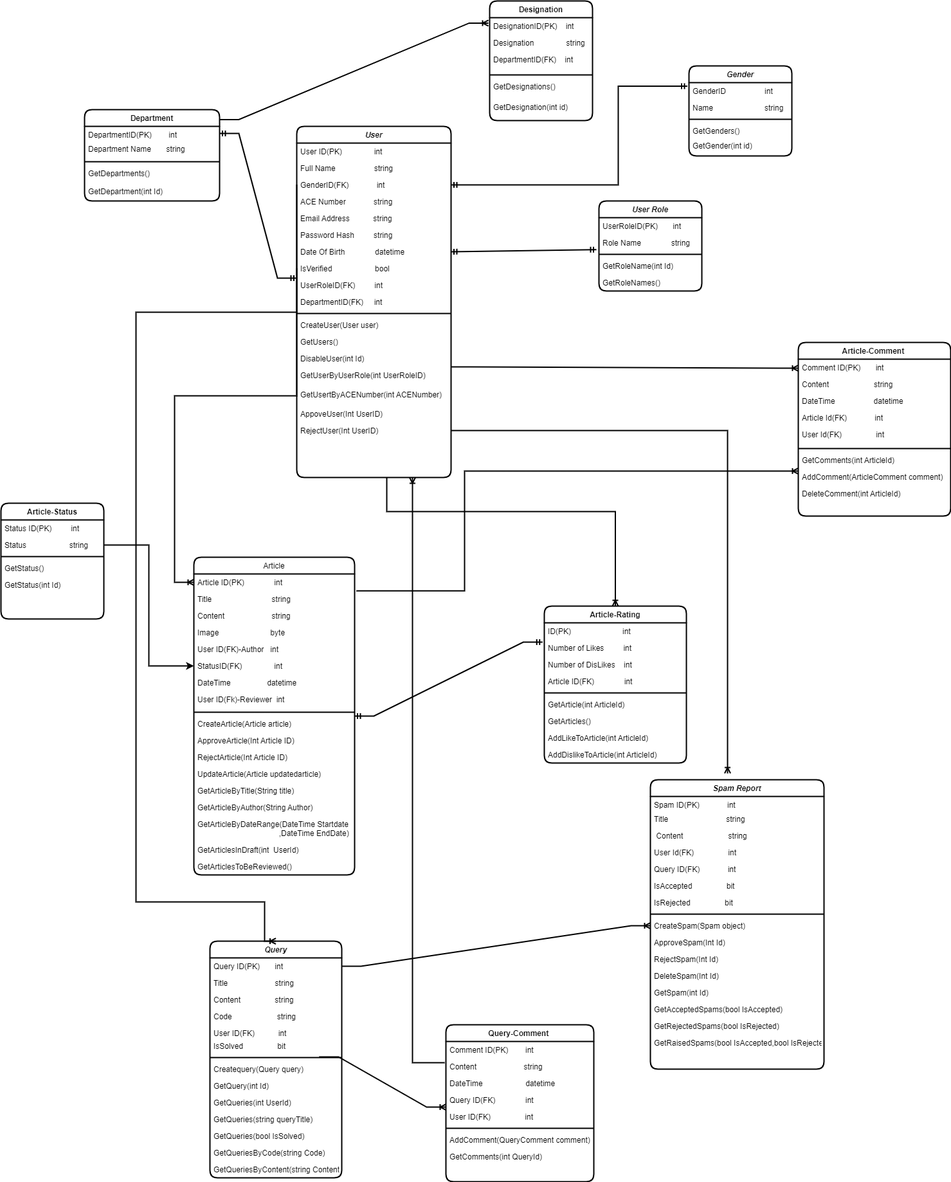
Above: Aurora/Design/Data Model/Logical model.drawio.png in arvi9/ASPNet-WebAPI-Anngular-Project (draw.io), before the change. Source tidied: cells renumbered, new cells last; positions are measured from the earlier drawing's top-left corner, leaving out a move shared by most shapes.
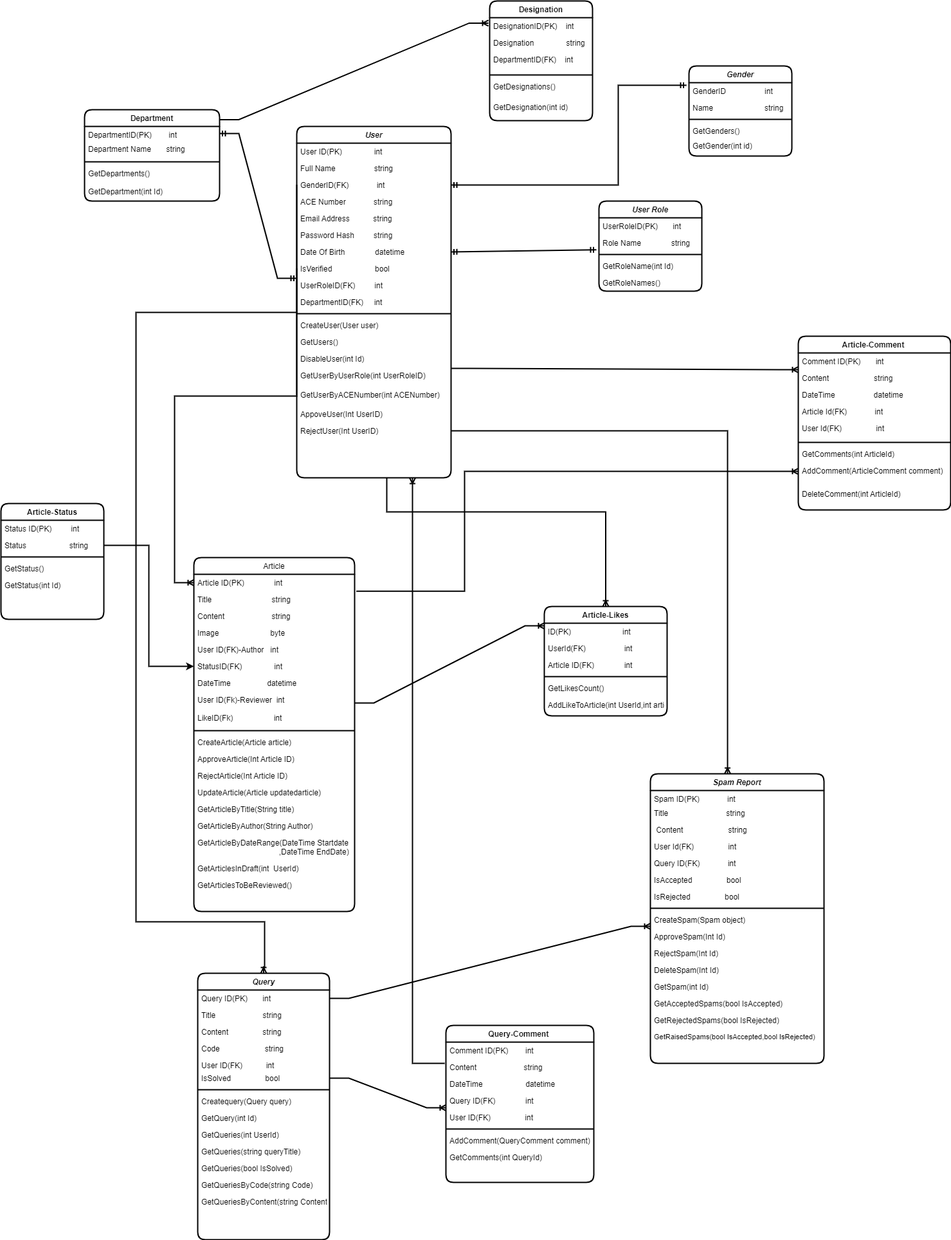
The same file after the commit.

Diff of the diagram source:
```diff
@@ -50,7 +50,7 @@
     <mxCell id="17" value="GetUserByUserRole(int UserRoleID)&#10;&#10;" style="text;align=left;verticalAlign=top;spacingLeft=4;spacingRight=4;overflow=hidden;rounded=0;shadow=0;html=0;" parent="2" vertex="1">
       <mxGeometry y="374" width="240" height="30" as="geometry" />
     </mxCell>
-    <mxCell id="18" value="GetUsertByACENumber(int ACENumber)&#10;&#10;" style="text;align=left;verticalAlign=top;spacingLeft=4;spacingRight=4;overflow=hidden;rounded=0;shadow=0;html=0;" parent="2" vertex="1">
+    <mxCell id="18" value="GetUserByACENumber(int ACENumber)&#10;&#10;" style="text;align=left;verticalAlign=top;spacingLeft=4;spacingRight=4;overflow=hidden;rounded=0;shadow=0;html=0;" parent="2" vertex="1">
       <mxGeometry y="404" width="240" height="30" as="geometry" />
     </mxCell>
     <mxCell id="19" value="AppoveUser(Int UserID)" style="text;align=left;verticalAlign=top;spacingLeft=4;spacingRight=4;overflow=hidden;rounded=0;shadow=0;html=0;" parent="2" vertex="1">
@@ -60,7 +60,7 @@
       <mxGeometry y="460" width="240" height="26" as="geometry" />
     </mxCell>
     <mxCell id="21" value="Article-Comment " style="swimlane;fontStyle=1;align=center;verticalAlign=top;horizontal=1;startSize=26;rounded=1;shadow=0;strokeWidth=2;" parent="1" vertex="1">
-      <mxGeometry x="1240" y="531" width="237" height="270" as="geometry" />
+      <mxGeometry x="1240" y="521" width="237" height="270" as="geometry" />
     </mxCell>
     <mxCell id="22" value="Comment ID(PK)       int" style="text;align=left;verticalAlign=top;spacingLeft=4;spacingRight=4;overflow=hidden;" parent="21" vertex="1">
       <mxGeometry y="26" width="237" height="26" as="geometry" />
@@ -107,38 +107,29 @@
     <mxCell id="36" value="GetDesignation(int id)" style="text;align=left;verticalAlign=top;spacingLeft=4;spacingRight=4;overflow=hidden;" parent="30" vertex="1">
       <mxGeometry y="152" width="160" height="32" as="geometry" />
     </mxCell>
-    <mxCell id="37" value="Article-Rating" style="swimlane;fontStyle=1;align=center;verticalAlign=top;horizontal=1;startSize=26;rounded=1;shadow=0;strokeWidth=2;" parent="1" vertex="1">
-      <mxGeometry x="845" y="941" width="221" height="244" as="geometry" />
+    <mxCell id="37" value="Article-Likes" style="swimlane;fontStyle=1;align=center;verticalAlign=top;horizontal=1;startSize=26;rounded=1;shadow=0;strokeWidth=2;" parent="1" vertex="1">
+      <mxGeometry x="845" y="941" width="191" height="170" as="geometry" />
     </mxCell>
     <mxCell id="38" value="ID(PK)                        int" style="text;align=left;verticalAlign=top;spacingLeft=4;spacingRight=4;overflow=hidden;points=[[0,0.5],[1,0.5]];portConstraint=eastwest;" parent="37" vertex="1">
-      <mxGeometry y="26" width="221" height="26" as="geometry" />
+      <mxGeometry y="26" width="191" height="26" as="geometry" />
     </mxCell>
-    <mxCell id="39" value="Number of Likes         int" style="text;align=left;verticalAlign=top;spacingLeft=4;spacingRight=4;overflow=hidden;rounded=0;shadow=0;html=0;" parent="37" vertex="1">
-      <mxGeometry y="52" width="221" height="26" as="geometry" />
+    <mxCell id="39" value="UserId(FK)                  int" style="text;align=left;verticalAlign=top;spacingLeft=4;spacingRight=4;overflow=hidden;rounded=0;shadow=0;html=0;" parent="37" vertex="1">
+      <mxGeometry y="52" width="191" height="26" as="geometry" />
     </mxCell>
-    <mxCell id="40" value="Number of DisLikes    int" style="text;align=left;verticalAlign=top;spacingLeft=4;spacingRight=4;overflow=hidden;rounded=0;shadow=0;html=0;" parent="37" vertex="1">
-      <mxGeometry y="78" width="221" height="26" as="geometry" />
-    </mxCell>
     <mxCell id="41" value="Article ID(FK)              int" style="text;align=left;verticalAlign=top;spacingLeft=4;spacingRight=4;overflow=hidden;" parent="37" vertex="1">
-      <mxGeometry y="104" width="221" height="26" as="geometry" />
+      <mxGeometry y="78" width="191" height="26" as="geometry" />
     </mxCell>
     <mxCell id="42" style="line;strokeWidth=2;html=1;" parent="37" vertex="1">
-      <mxGeometry y="130" width="221" height="10" as="geometry" />
+      <mxGeometry y="104" width="191" height="10" as="geometry" />
     </mxCell>
-    <mxCell id="43" value="GetArticle(int ArticleId)" style="text;align=left;verticalAlign=top;spacingLeft=4;spacingRight=4;overflow=hidden;" parent="37" vertex="1">
-      <mxGeometry y="140" width="221" height="26" as="geometry" />
-    </mxCell>
-    <mxCell id="44" value="GetArticles()" style="text;align=left;verticalAlign=top;spacingLeft=4;spacingRight=4;overflow=hidden;" parent="37" vertex="1">
-      <mxGeometry y="166" width="221" height="26" as="geometry" />
-    </mxCell>
-    <mxCell id="45" value="AddLikeToArticle(int ArticleId)" style="text;align=left;verticalAlign=top;spacingLeft=4;spacingRight=4;overflow=hidden;" parent="37" vertex="1">
-      <mxGeometry y="192" width="221" height="26" as="geometry" />
-    </mxCell>
-    <mxCell id="46" value="AddDislikeToArticle(int ArticleId)" style="text;align=left;verticalAlign=top;spacingLeft=4;spacingRight=4;overflow=hidden;" parent="37" vertex="1">
-      <mxGeometry y="218" width="221" height="26" as="geometry" />
-    </mxCell>
+    <mxCell id="147" value="GetLikesCount()" style="text;align=left;verticalAlign=top;spacingLeft=4;spacingRight=4;overflow=hidden;" parent="37" vertex="1">
+      <mxGeometry y="114" width="191" height="26" as="geometry" />
+    </mxCell>
+    <mxCell id="148" value="AddLikeToArticle(int UserId,int articleId)" style="text;align=left;verticalAlign=top;spacingLeft=4;spacingRight=4;overflow=hidden;" parent="37" vertex="1">
+      <mxGeometry y="140" width="191" height="26" as="geometry" />
+    </mxCell>
     <mxCell id="47" value="Query" style="swimlane;fontStyle=3;align=center;verticalAlign=top;horizontal=1;startSize=26;rounded=1;shadow=0;strokeWidth=2;" parent="1" vertex="1">
-      <mxGeometry x="325" y="1462" width="205" height="368" as="geometry" />
+      <mxGeometry x="306" y="1511" width="205" height="414" as="geometry" />
     </mxCell>
     <mxCell id="48" value="Query ID(PK)       int " style="text;align=left;verticalAlign=top;spacingLeft=4;spacingRight=4;overflow=hidden;points=[[0,0.5],[1,0.5]];portConstraint=eastwest;" parent="47" vertex="1">
       <mxGeometry y="26" width="205" height="26" as="geometry" />
@@ -155,7 +146,7 @@
     <mxCell id="52" value="User ID(FK)           int" style="text;align=left;verticalAlign=top;spacingLeft=4;spacingRight=4;overflow=hidden;rounded=0;shadow=0;html=0;" parent="47" vertex="1">
       <mxGeometry y="130" width="205" height="20" as="geometry" />
     </mxCell>
-    <mxCell id="53" value="IsSolved                bit" style="text;align=left;verticalAlign=top;spacingLeft=4;spacingRight=4;overflow=hidden;points=[[0,0.5],[1,0.5]];portConstraint=eastwest;rounded=0;shadow=0;html=0;" parent="47" vertex="1">
+    <mxCell id="53" value="IsSolved                bool" style="text;align=left;verticalAlign=top;spacingLeft=4;spacingRight=4;overflow=hidden;points=[[0,0.5],[1,0.5]];portConstraint=eastwest;rounded=0;shadow=0;html=0;" parent="47" vertex="1">
       <mxGeometry y="150" width="205" height="26" as="geometry" />
     </mxCell>
     <mxCell id="54" style="line;strokeWidth=2;html=1;" parent="47" vertex="1">
@@ -183,7 +174,7 @@
       <mxGeometry y="342" width="205" height="26" as="geometry" />
     </mxCell>
     <mxCell id="62" value="Spam Report" style="swimlane;fontStyle=3;align=center;verticalAlign=top;horizontal=1;startSize=26;rounded=1;shadow=0;strokeWidth=2;" parent="1" vertex="1">
-      <mxGeometry x="1010" y="1211" width="270" height="450" as="geometry" />
+      <mxGeometry x="1010" y="1201" width="270" height="450" as="geometry" />
     </mxCell>
     <mxCell id="63" value="Spam ID(PK)             int" style="text;align=left;verticalAlign=top;spacingLeft=4;spacingRight=4;overflow=hidden;" parent="62" vertex="1">
       <mxGeometry y="26" width="270" height="22" as="geometry" />
@@ -200,10 +191,10 @@
     <mxCell id="67" value="Query ID(FK)             int" style="text;align=left;verticalAlign=top;spacingLeft=4;spacingRight=4;overflow=hidden;rounded=0;shadow=0;html=0;" parent="62" vertex="1">
       <mxGeometry y="126" width="270" height="26" as="geometry" />
     </mxCell>
-    <mxCell id="68" value="IsAccepted                bit" style="text;align=left;verticalAlign=top;spacingLeft=4;spacingRight=4;overflow=hidden;rounded=0;shadow=0;html=0;" parent="62" vertex="1">
+    <mxCell id="68" value="IsAccepted                bool" style="text;align=left;verticalAlign=top;spacingLeft=4;spacingRight=4;overflow=hidden;rounded=0;shadow=0;html=0;" parent="62" vertex="1">
       <mxGeometry y="152" width="270" height="26" as="geometry" />
     </mxCell>
-    <mxCell id="69" value="IsRejected                bit" style="text;align=left;verticalAlign=top;spacingLeft=4;spacingRight=4;overflow=hidden;rounded=0;shadow=0;html=0;" parent="62" vertex="1">
+    <mxCell id="69" value="IsRejected                bool" style="text;align=left;verticalAlign=top;spacingLeft=4;spacingRight=4;overflow=hidden;rounded=0;shadow=0;html=0;" parent="62" vertex="1">
       <mxGeometry y="178" width="270" height="26" as="geometry" />
     </mxCell>
     <mxCell id="70" style="line;strokeWidth=2;html=1;" parent="62" vertex="1">
@@ -230,7 +221,7 @@
     <mxCell id="77" value="GetRejectedSpams(bool IsRejected)" style="text;align=left;verticalAlign=top;spacingLeft=4;spacingRight=4;overflow=hidden;rounded=0;shadow=0;html=0;" parent="62" vertex="1">
       <mxGeometry y="370" width="270" height="26" as="geometry" />
     </mxCell>
-    <mxCell id="78" value="GetRaisedSpams(bool IsAccepted,bool IsRejected)" style="text;align=left;verticalAlign=top;spacingLeft=4;spacingRight=4;overflow=hidden;rounded=0;shadow=0;html=0;" parent="62" vertex="1">
+    <mxCell id="78" value="GetRaisedSpams(bool IsAccepted,bool IsRejected)" style="text;align=left;verticalAlign=top;spacingLeft=4;spacingRight=4;overflow=hidden;rounded=0;shadow=0;html=0;fontSize=11;" parent="62" vertex="1">
       <mxGeometry y="396" width="270" height="26" as="geometry" />
     </mxCell>
     <mxCell id="79" value="User Role" style="swimlane;fontStyle=3;align=center;verticalAlign=top;horizontal=1;startSize=26;rounded=1;shadow=0;strokeWidth=2;" parent="1" vertex="1">
@@ -308,21 +299,20 @@
         </Array>
       </mxGeometry>
     </mxCell>
-    <mxCell id="101" style="edgeStyle=entityRelationEdgeStyle;fontSize=12;html=1;endArrow=ERmandOne;startArrow=ERmandOne;rounded=0;strokeWidth=2;jumpSize=20;entryX=-0.012;entryY=1.154;entryDx=0;entryDy=0;entryPerimeter=0;exitX=1;exitY=0.5;exitDx=0;exitDy=0;" parent="1" edge="1" source="107" target="38">
-      <mxGeometry relative="1" as="geometry" />
-    </mxCell>
-    <mxCell id="102" style="edgeStyle=entityRelationEdgeStyle;fontSize=12;html=1;endArrow=ERoneToMany;rounded=0;strokeWidth=2;elbow=vertical;jumpSize=20;entryX=0;entryY=0.5;entryDx=0;entryDy=0;exitX=1;exitY=0.5;exitDx=0;exitDy=0;" parent="1" edge="1">
+    <mxCell id="102" style="edgeStyle=entityRelationEdgeStyle;fontSize=12;html=1;endArrow=ERoneToMany;rounded=0;strokeWidth=2;elbow=vertical;jumpSize=20;entryX=0;entryY=0.5;entryDx=0;entryDy=0;exitX=1;exitY=0.5;exitDx=0;exitDy=0;" parent="1" edge="1" source="53">
       <mxGeometry relative="1" as="geometry">
-        <mxPoint x="495" y="1642" as="sourcePoint" />
         <mxPoint x="692" y="1720" as="targetPoint" />
       </mxGeometry>
     </mxCell>
     <mxCell id="103" style="edgeStyle=orthogonalEdgeStyle;fontSize=12;html=1;endArrow=ERoneToMany;rounded=0;strokeWidth=2;jumpSize=20;elbow=vertical;startArrow=none;startFill=0;exitX=0;exitY=0.5;exitDx=0;exitDy=0;entryX=0.5;entryY=0;entryDx=0;entryDy=0;" parent="1" edge="1" source="5" target="47">
       <mxGeometry relative="1" as="geometry">
         <Array as="points">
+          <mxPoint x="460" y="484" />
           <mxPoint x="210" y="484" />
-          <mxPoint x="210" y="1401" />
-          <mxPoint x="410" y="1401" />
+          <mxPoint x="210" y="1431" />
+          <mxPoint x="410" y="1431" />
+          <mxPoint x="410" y="1501" />
+          <mxPoint x="409" y="1501" />
         </Array>
       </mxGeometry>
     </mxCell>
@@ -348,7 +338,7 @@
       </mxGeometry>
     </mxCell>
     <mxCell id="107" value="Article" style="swimlane;fontStyle=0;align=center;verticalAlign=top;horizontal=1;startSize=26;rounded=1;shadow=0;strokeWidth=2;" parent="1" vertex="1">
-      <mxGeometry x="300" y="865" width="250" height="494" as="geometry" />
+      <mxGeometry x="300" y="865" width="250" height="550" as="geometry" />
     </mxCell>
     <mxCell id="108" value="Article ID(PK)              int" style="text;align=left;verticalAlign=top;spacingLeft=4;spacingRight=4;overflow=hidden;points=[[0,0.5],[1,0.5]];portConstraint=eastwest;" parent="107" vertex="1">
       <mxGeometry y="26" width="250" height="26" as="geometry" />
@@ -374,35 +364,38 @@
     <mxCell id="115" value="User ID(Fk)-Reviewer  int" style="text;align=left;verticalAlign=top;spacingLeft=4;spacingRight=4;overflow=hidden;rounded=0;shadow=0;html=0;fontStyle=0;" parent="107" vertex="1">
       <mxGeometry y="208" width="250" height="28" as="geometry" />
     </mxCell>
+    <mxCell id="149" value="LikeID(Fk)                   int" style="text;align=left;verticalAlign=top;spacingLeft=4;spacingRight=4;overflow=hidden;rounded=0;shadow=0;html=0;fontStyle=0;" parent="107" vertex="1">
+      <mxGeometry y="236" width="250" height="28" as="geometry" />
+    </mxCell>
     <mxCell id="116" style="line;strokeWidth=2;html=1;" parent="107" vertex="1">
-      <mxGeometry y="236" width="250" height="10" as="geometry" />
+      <mxGeometry y="264" width="250" height="10" as="geometry" />
     </mxCell>
     <mxCell id="117" value="CreateArticle(Article article)" style="text;align=left;verticalAlign=top;spacingLeft=4;spacingRight=4;overflow=hidden;rounded=0;shadow=0;html=0;" parent="107" vertex="1">
-      <mxGeometry y="246" width="250" height="26" as="geometry" />
+      <mxGeometry y="274" width="250" height="26" as="geometry" />
     </mxCell>
     <mxCell id="118" value="ApproveArticle(Int Article ID)" style="text;align=left;verticalAlign=top;spacingLeft=4;spacingRight=4;overflow=hidden;rounded=0;shadow=0;html=0;" parent="107" vertex="1">
-      <mxGeometry y="272" width="250" height="26" as="geometry" />
+      <mxGeometry y="300" width="250" height="26" as="geometry" />
     </mxCell>
     <mxCell id="119" value="RejectArticle(Int Article ID)" style="text;align=left;verticalAlign=top;spacingLeft=4;spacingRight=4;overflow=hidden;rounded=0;shadow=0;html=0;" parent="107" vertex="1">
-      <mxGeometry y="298" width="250" height="26" as="geometry" />
+      <mxGeometry y="326" width="250" height="26" as="geometry" />
     </mxCell>
     <mxCell id="120" value="UpdateArticle(Article updatedarticle)" style="text;align=left;verticalAlign=top;spacingLeft=4;spacingRight=4;overflow=hidden;rounded=0;shadow=0;html=0;" parent="107" vertex="1">
-      <mxGeometry y="324" width="250" height="26" as="geometry" />
+      <mxGeometry y="352" width="250" height="26" as="geometry" />
     </mxCell>
     <mxCell id="121" value="GetArticleByTitle(String title)" style="text;align=left;verticalAlign=top;spacingLeft=4;spacingRight=4;overflow=hidden;rounded=0;shadow=0;html=0;" parent="107" vertex="1">
-      <mxGeometry y="350" width="250" height="26" as="geometry" />
+      <mxGeometry y="378" width="250" height="26" as="geometry" />
     </mxCell>
     <mxCell id="122" value="GetArticleByAuthor(String Author)" style="text;align=left;verticalAlign=top;spacingLeft=4;spacingRight=4;overflow=hidden;rounded=0;shadow=0;html=0;" parent="107" vertex="1">
-      <mxGeometry y="376" width="250" height="26" as="geometry" />
+      <mxGeometry y="404" width="250" height="26" as="geometry" />
     </mxCell>
     <mxCell id="123" value="GetArticleByDateRange(DateTime Startdate&#10;                                      ,DateTime EndDate)" style="text;align=left;verticalAlign=top;spacingLeft=4;spacingRight=4;overflow=hidden;rounded=0;shadow=0;html=0;" parent="107" vertex="1">
-      <mxGeometry y="402" width="250" height="40" as="geometry" />
+      <mxGeometry y="430" width="250" height="40" as="geometry" />
     </mxCell>
     <mxCell id="124" value="GetArticlesInDraft(int  UserId)" style="text;align=left;verticalAlign=top;spacingLeft=4;spacingRight=4;overflow=hidden;rounded=0;shadow=0;html=0;" parent="107" vertex="1">
-      <mxGeometry y="442" width="250" height="26" as="geometry" />
+      <mxGeometry y="470" width="250" height="26" as="geometry" />
     </mxCell>
     <mxCell id="125" value="GetArticlesToBeReviewed()" style="text;align=left;verticalAlign=top;spacingLeft=4;spacingRight=4;overflow=hidden;rounded=0;shadow=0;html=0;" parent="107" vertex="1">
-      <mxGeometry y="468" width="250" height="26" as="geometry" />
+      <mxGeometry y="496" width="250" height="26" as="geometry" />
     </mxCell>
     <mxCell id="126" style="edgeStyle=orthogonalEdgeStyle;fontSize=12;html=1;endArrow=ERoneToMany;rounded=0;strokeWidth=2;exitX=0;exitY=0.5;exitDx=0;exitDy=0;entryX=0;entryY=0.5;entryDx=0;entryDy=0;" parent="1" edge="1" source="10" target="108">
       <mxGeometry relative="1" as="geometry">
@@ -432,8 +425,8 @@
     </mxCell>
     <mxCell id="133" style="edgeStyle=entityRelationEdgeStyle;fontSize=12;html=1;endArrow=ERoneToMany;rounded=0;entryX=0;entryY=0.5;entryDx=0;entryDy=0;strokeWidth=2;" parent="1" edge="1">
       <mxGeometry relative="1" as="geometry">
-        <mxPoint x="700" y="569" as="sourcePoint" />
-        <mxPoint x="1240" y="571" as="targetPoint" />
+        <mxPoint x="700" y="571" as="sourcePoint" />
+        <mxPoint x="1240" y="573" as="targetPoint" />
       </mxGeometry>
     </mxCell>
     <mxCell id="134" style="fontSize=12;html=1;endArrow=ERmandOne;startArrow=ERmandOne;rounded=0;strokeWidth=2;entryX=-0.025;entryY=0.911;entryDx=0;entryDy=0;entryPerimeter=0;exitX=1;exitY=0.5;exitDx=0;exitDy=0;" parent="1" edge="1" source="9" target="81">
@@ -454,7 +447,7 @@
     <mxCell id="139" value="GetGenders()" style="text;align=left;verticalAlign=top;spacingLeft=4;spacingRight=4;overflow=hidden;rounded=0;shadow=0;html=0;" parent="135" vertex="1">
       <mxGeometry y="88" width="160" height="26" as="geometry" />
     </mxCell>
-    <mxCell id="140" style="edgeStyle=elbowEdgeStyle;fontSize=12;html=1;endArrow=ERmandOne;startArrow=ERmandOne;rounded=0;entryX=-0.016;entryY=0.212;entryDx=0;entryDy=0;entryPerimeter=0;strokeWidth=2;" parent="1" edge="1" source="5" target="136">
+    <mxCell id="140" style="edgeStyle=elbowEdgeStyle;fontSize=12;html=1;endArrow=ERmandOne;startArrow=ERmandOne;rounded=0;entryX=-0.025;entryY=0.154;entryDx=0;entryDy=0;entryPerimeter=0;strokeWidth=2;" parent="1" edge="1" source="5" target="136">
       <mxGeometry relative="1" as="geometry">
         <Array as="points">
           <mxPoint x="960" y="211" />
@@ -491,5 +484,10 @@
     <mxCell id="146" value="DeleteComment(int ArticleId)" style="text;align=left;verticalAlign=top;spacingLeft=4;spacingRight=4;overflow=hidden;rounded=0;shadow=0;html=0;" parent="1" vertex="1">
       <mxGeometry x="1240" y="753" width="237" height="26" as="geometry" />
     </mxCell>
+    <mxCell id="150" style="edgeStyle=entityRelationEdgeStyle;fontSize=12;html=1;endArrow=ERoneToMany;rounded=0;entryX=0;entryY=0.158;entryDx=0;entryDy=0;entryPerimeter=0;strokeWidth=2;" parent="1" edge="1" target="38">
+      <mxGeometry relative="1" as="geometry">
+        <mxPoint x="550" y="1091" as="sourcePoint" />
+      </mxGeometry>
+    </mxCell>
   </root>
 </mxGraphModel>
```
